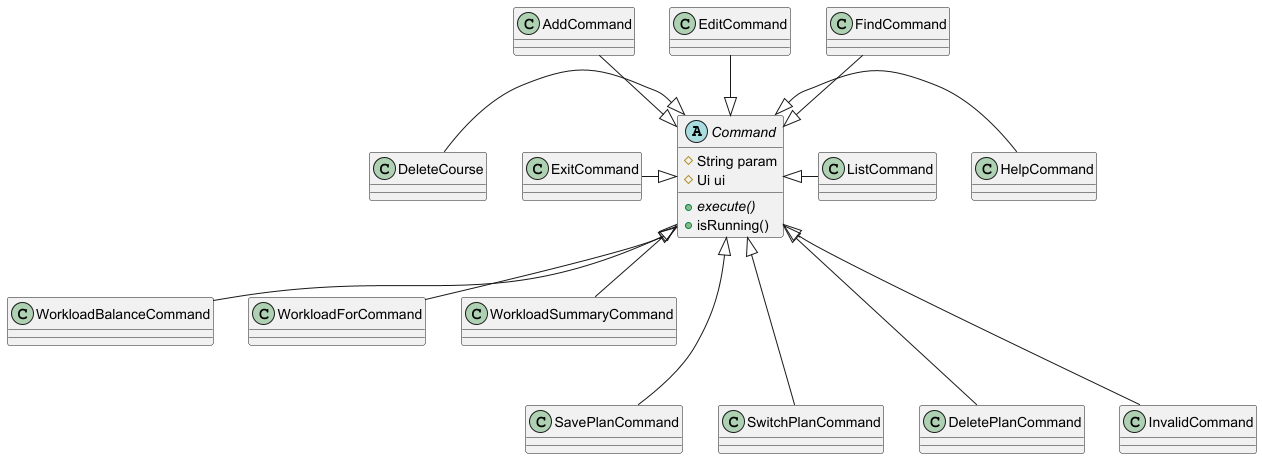
The PlantUML diagram docs/CommandClassDiagram.png in SahejAgarwal05/tp, before a commit.
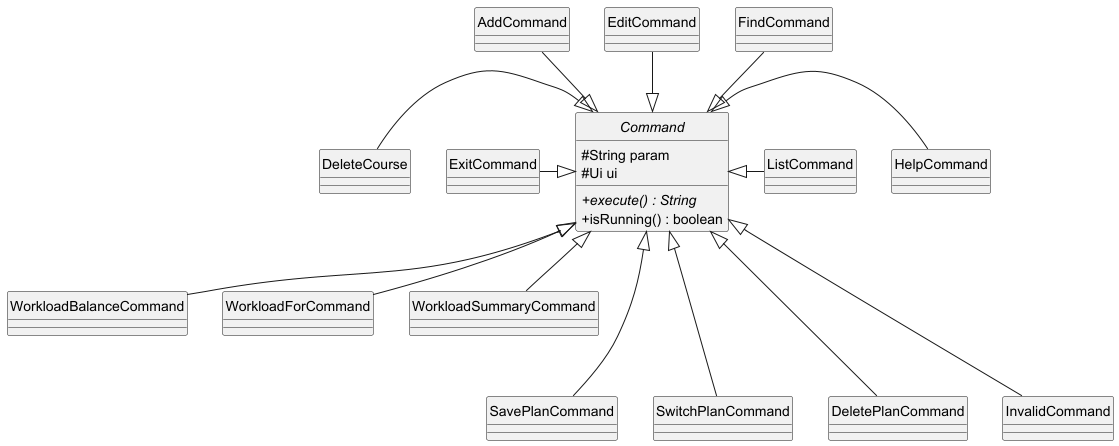
Later version of the same file.

Commit message:
Fix UML standard violations

The edit, as a diff of the source:
```diff
@@ -1,10 +1,12 @@
 @startuml
+hide circle
+skinparam classAttributeIconSize 0
 
 abstract class Command {
 # String param
 # Ui ui
-+ {abstract} execute()
-+ isRunning()
++ {abstract} execute() : String
++ isRunning() : boolean
 }
 
 AddCommand --|> Command
```
